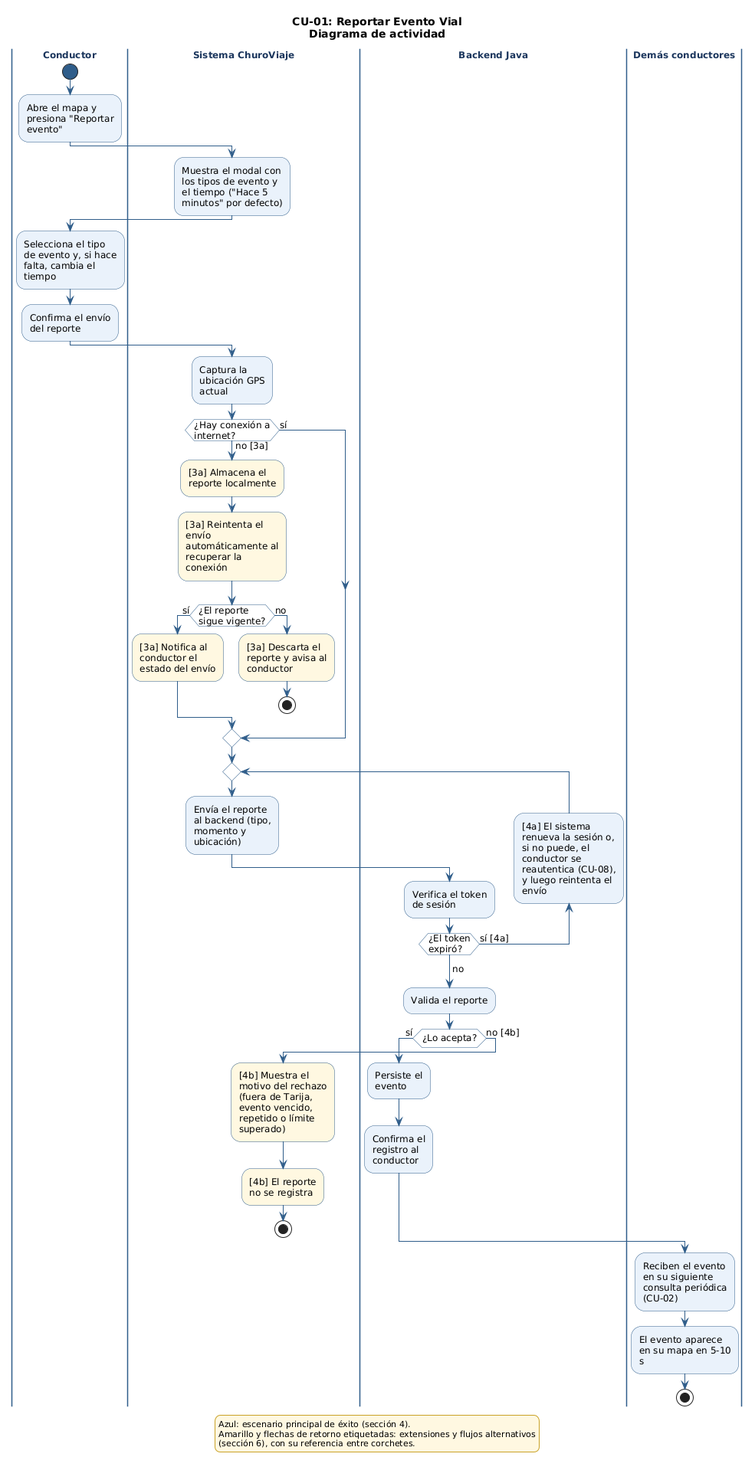
uniWASD/ChuroViajeInterno keeps this PlantUML diagram as 03_des/01_Diagramas_de_comportamiento/CU-01_ReportarEventoVial.png. Above is the earlier version.
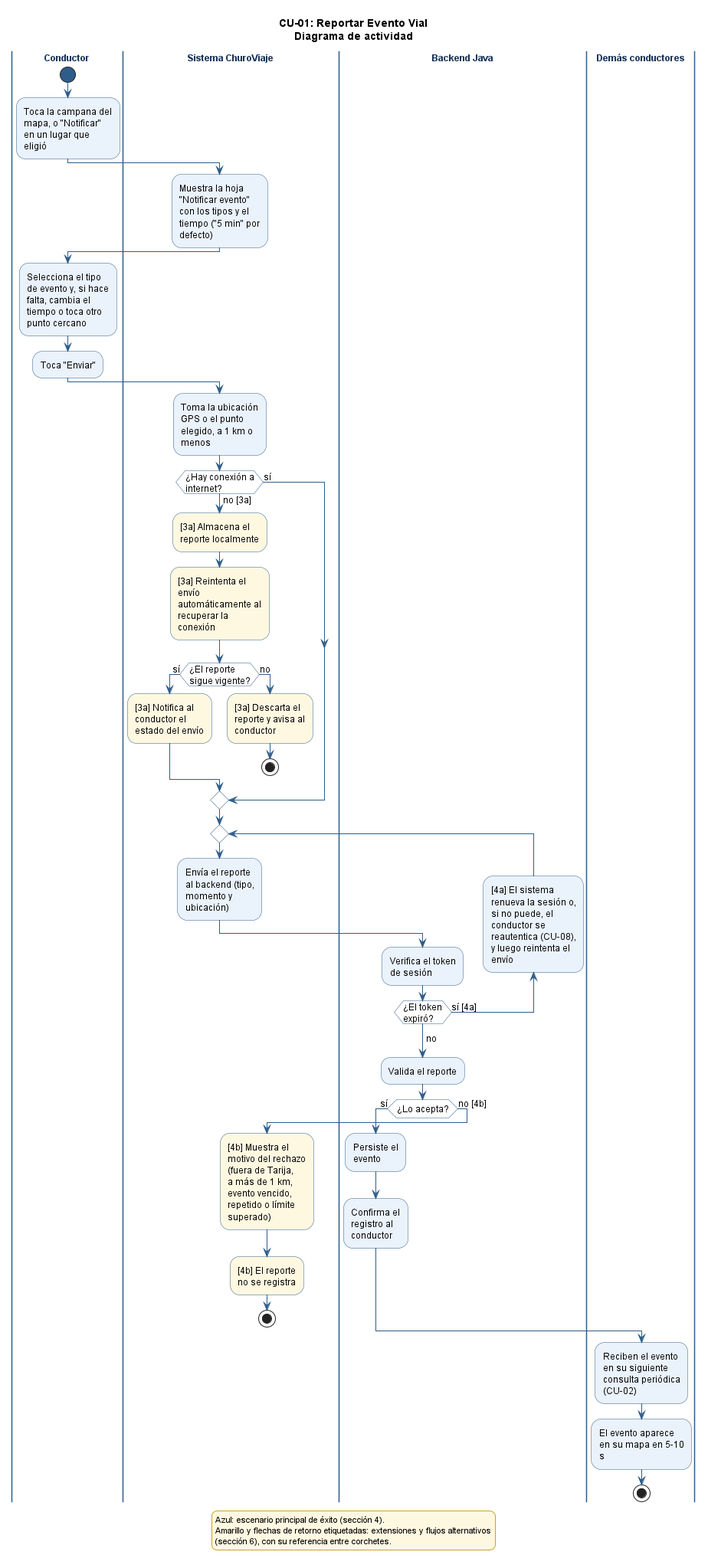
The same diagram one commit later.

The edit, as a diff of the source:
```diff
@@ -28,25 +28,28 @@
 
 |Conductor|
 start
-:Abre el mapa y
-presiona "Reportar
-evento";
+:Toca la campana del
+mapa, o "Notificar"
+en un lugar que
+eligió;
 |Sistema ChuroViaje|
-:Muestra el modal con
-los tipos de evento y
-el tiempo ("Hace 5
-minutos" por defecto);
+:Muestra la hoja
+"Notificar evento"
+con los tipos y el
+tiempo ("5 min" por
+defecto);
 |Conductor|
 :Selecciona el tipo
 de evento y, si hace
 falta, cambia el
-tiempo;
-:Confirma el envío
-del reporte;
+tiempo o toca otro
+punto cercano;
+:Toca "Enviar";
 |Sistema ChuroViaje|
-:Captura la
-ubicación GPS
-actual;
+:Toma la ubicación
+GPS o el punto
+elegido, a 1 km o
+menos;
 if (¿Hay conexión a\ninternet?) then (sí)
 else (no [3a])
   #FFF8E1:[3a] Almacena el
@@ -98,6 +101,7 @@
   #FFF8E1:[4b] Muestra el
 motivo del rechazo
 (fuera de Tarija,
+a más de 1 km,
 evento vencido,
 repetido o límite
 superado);
```
